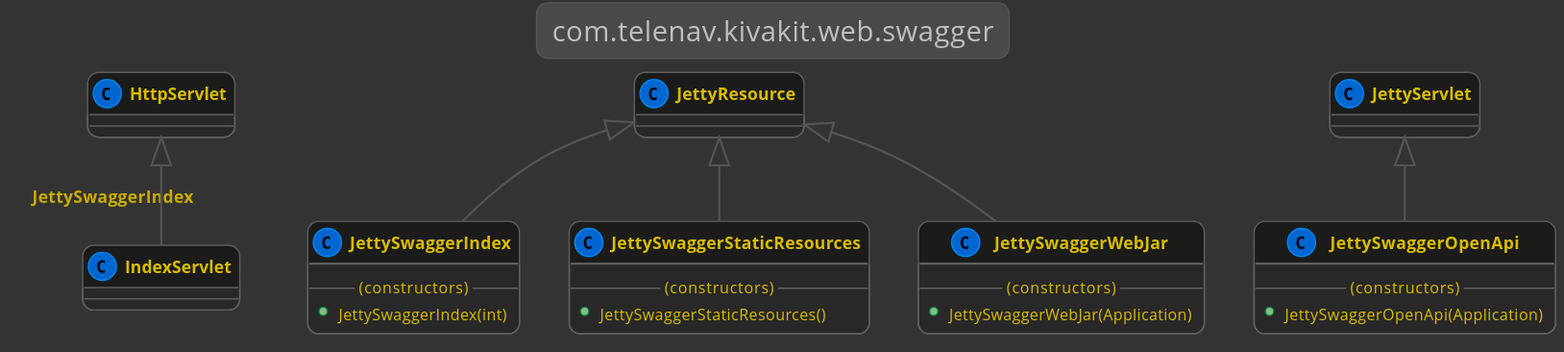
Above: kivakit-web/swagger/documentation/diagrams/com.telenav.kivakit.web.swagger.svg in Telenav/kivakit (PlantUML), before the change. Its diagram source:
```plantuml
@startuml

    !include ../lexakai/lexakai.theme

    title "com.telenav.kivakit.web.swagger"

    HttpServlet <|-- JettySwaggerIndex.IndexServlet
    class JettySwaggerIndex.IndexServlet
    {
    }

    JettyResource <|-- JettySwaggerIndex
    class JettySwaggerIndex
    {
        --(constructors)--
        +JettySwaggerIndex(int)
    }

    JettyServlet <|-- JettySwaggerOpenApi
    class JettySwaggerOpenApi
    {
        --(constructors)--
        +JettySwaggerOpenApi(Application)
    }

    JettyResource <|-- JettySwaggerStaticResources
    class JettySwaggerStaticResources
    {
        --(constructors)--
        +JettySwaggerStaticResources()
    }

    JettyResource <|-- JettySwaggerWebJar
    class JettySwaggerWebJar
    {
        --(constructors)--
        +JettySwaggerWebJar(Application)
    }

@enduml
```
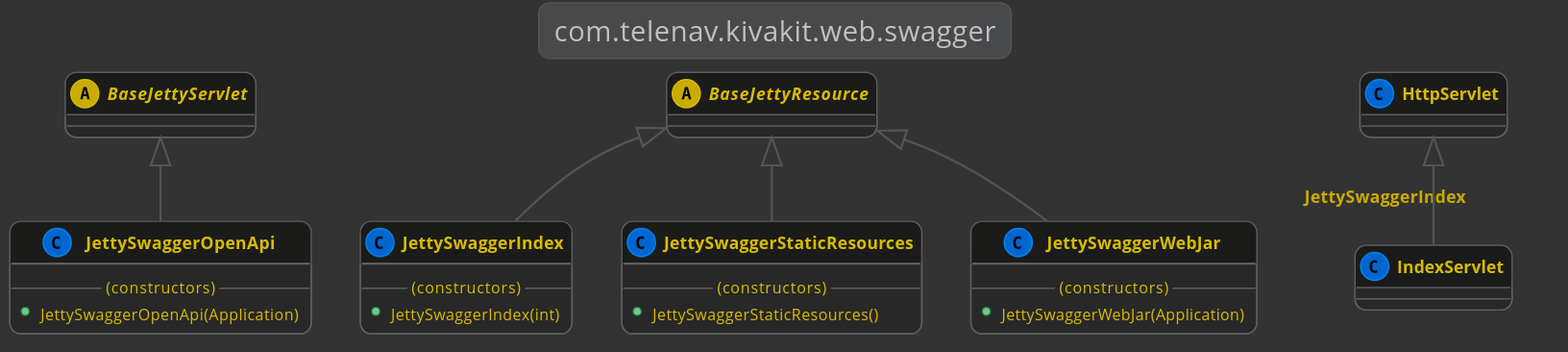
After the commit.

Change to the diagram source:
```diff
@@ -4,33 +4,36 @@
 
     title "com.telenav.kivakit.web.swagger"
 
+    abstract BaseJettyServlet
+    abstract BaseJettyResource
+
     HttpServlet <|-- JettySwaggerIndex.IndexServlet
     class JettySwaggerIndex.IndexServlet
     {
     }
 
-    JettyResource <|-- JettySwaggerIndex
+    BaseJettyResource <|-- JettySwaggerIndex
     class JettySwaggerIndex
     {
         --(constructors)--
         +JettySwaggerIndex(int)
     }
 
-    JettyServlet <|-- JettySwaggerOpenApi
+    BaseJettyServlet <|-- JettySwaggerOpenApi
     class JettySwaggerOpenApi
     {
         --(constructors)--
         +JettySwaggerOpenApi(Application)
     }
 
-    JettyResource <|-- JettySwaggerStaticResources
+    BaseJettyResource <|-- JettySwaggerStaticResources
     class JettySwaggerStaticResources
     {
         --(constructors)--
         +JettySwaggerStaticResources()
     }
 
-    JettyResource <|-- JettySwaggerWebJar
+    BaseJettyResource <|-- JettySwaggerWebJar
     class JettySwaggerWebJar
     {
         --(constructors)--
```
